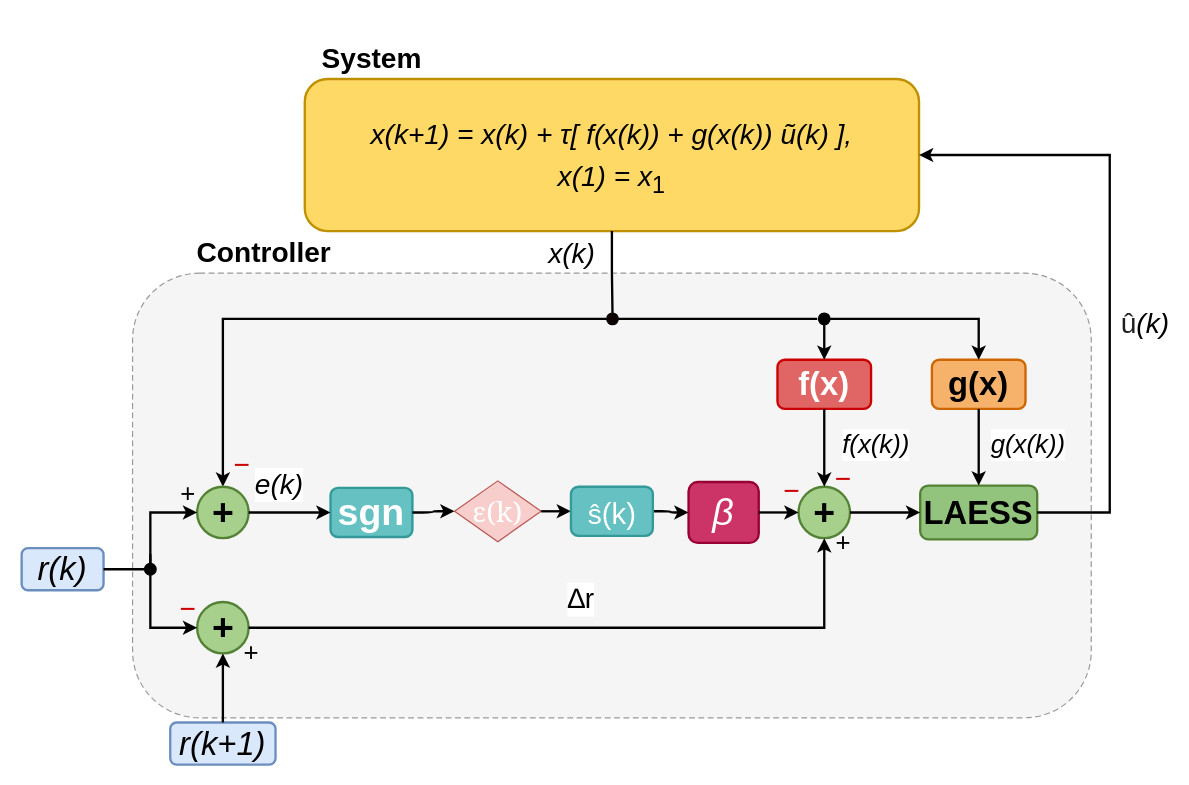
ablassejr/tracking-control-network keeps this draw.io diagram as page "attacked-system" (4 of 7) of research-vault/Research Journal/Paper/figures/System-States.drawio. Above is the earlier version. Source tidied: cells renumbered, new cells numbered last; positions are measured from the earlier drawing's top-left corner, leaving out a move shared by most shapes. Both pictures are drawn from the tidied source at 117%, with x=0, y=0 at pixel (21, 20).
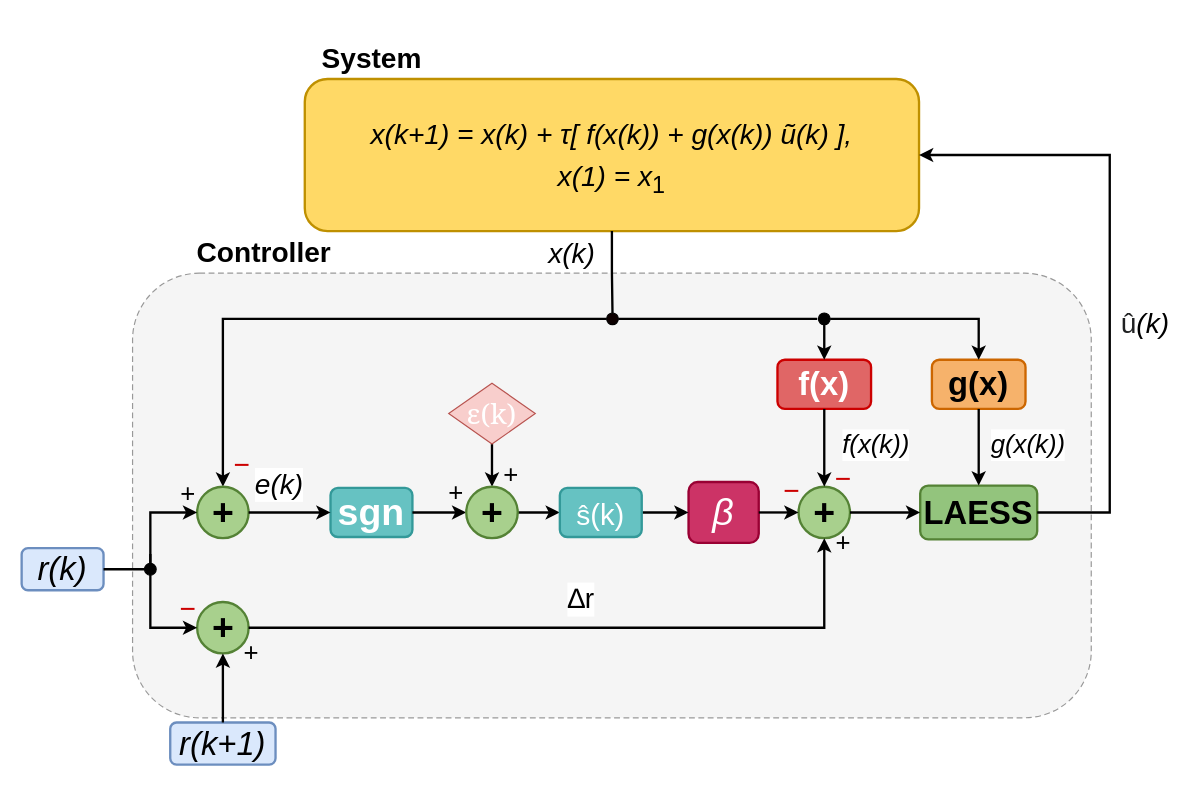
The same diagram, later.

The change refers to these unchanged cells:
```xml
<mxCell id="9" value="&lt;b&gt;sgn&lt;/b&gt;" style="rounded=1;whiteSpace=wrap;html=1;fontFamily=Helvetica;fontSize=32;strokeWidth=2;fillColor=#66C2C2;strokeColor=#339999;fontColor=#FFFFFF;" parent="1" vertex="1">
  <mxGeometry x="264" y="399.5" width="70" height="42" as="geometry" />
</mxCell>
```

The edit, as a diff of the source:
```diff
@@
-    <mxCell id="43" style="edgeStyle=orthogonalEdgeStyle;rounded=1;html=1;strokeWidth=2;flowAnimation=1;endArrow=classic;endFill=1;exitX=1;exitY=0.5;entryX=0;entryY=0.5;" parent="1" edge="1" source="9" target="44">
+    <mxCell id="43" style="edgeStyle=orthogonalEdgeStyle;rounded=1;html=1;strokeWidth=2;flowAnimation=1;endArrow=classic;endFill=1;exitX=1;exitY=0.5;entryX=0;entryY=0.5;entryDx=0;entryDy=0;" parent="1" edge="1" source="9" target="51">
       <mxGeometry relative="1" as="geometry" />
     </mxCell>
+    <mxCell id="50" style="edgeStyle=orthogonalEdgeStyle;rounded=0;jettySize=auto;html=1;strokeWidth=2;flowAnimation=1;" parent="1" edge="1" source="44" target="51">
+      <mxGeometry relative="1" as="geometry" />
+    </mxCell>
     <mxCell id="44" value="&lt;span style=&quot;font-family: pplxSerif, pplxSerif, ui-serif, Georgia, Cambria, &amp;quot;Hiragino Mincho ProN&amp;quot;, &amp;quot;Yu Mincho&amp;quot;, &amp;quot;Songti SC&amp;quot;, SimSun, &amp;quot;Songti TC&amp;quot;, PMingLiU, &amp;quot;Songti TC&amp;quot;, MingLiU_HKSCS, &amp;quot;Songti TC&amp;quot;, PMingLiU, AppleMyungjo, Batang, serif; text-align: start;&quot;&gt;&lt;font style=&quot;color: rgb(255, 255, 255); font-size: 24px;&quot;&gt;ε(k)&lt;/font&gt;&lt;/span&gt;" style="rhombus;whiteSpace=wrap;html=1;fillColor=#f8cecc;strokeColor=#b85450;" parent="1" vertex="1">
-      <mxGeometry x="370" y="393.5" width="74" height="52" as="geometry" />
+      <mxGeometry x="365" y="310" width="74" height="52" as="geometry" />
     </mxCell>
@@
-    <mxCell id="48" style="edgeStyle=orthogonalEdgeStyle;rounded=1;html=1;strokeWidth=2;flowAnimation=1;endArrow=classic;endFill=1;exitX=1;exitY=0.5;entryX=0;entryY=0.5;" parent="1" edge="1" source="44" target="49">
+    <mxCell id="48" style="edgeStyle=orthogonalEdgeStyle;rounded=1;html=1;strokeWidth=2;flowAnimation=1;endArrow=classic;endFill=1;exitX=1;exitY=0.5;entryX=0;entryY=0.5;exitDx=0;exitDy=0;" parent="1" edge="1" source="51" target="49">
       <mxGeometry relative="1" as="geometry" />
     </mxCell>
     <mxCell id="49" value="&lt;font face=&quot;Helvetica&quot; style=&quot;color: rgb(255, 255, 255);&quot;&gt;&lt;span&gt;&lt;span style=&quot;text-align: start;&quot;&gt;&lt;font style=&quot;font-size: 24px;&quot;&gt;ŝ&lt;/font&gt;&lt;/span&gt;&lt;/span&gt;&lt;font style=&quot;font-size: 25px;&quot;&gt;(k)&lt;/font&gt;&lt;/font&gt;" style="rounded=1;whiteSpace=wrap;html=1;fontFamily=Helvetica;fontSize=32;strokeWidth=2;fillColor=#66C2C2;strokeColor=#339999;fontColor=#FFFFFF;" parent="1" vertex="1">
-      <mxGeometry x="469.5" y="398.5" width="70" height="42" as="geometry" />
+      <mxGeometry x="460" y="399.5" width="70" height="42" as="geometry" />
     </mxCell>
+    <mxCell id="51" value="+" style="ellipse;html=1;fontFamily=Helvetica;fontSize=32;strokeWidth=2;align=center;verticalAlign=middle;fontStyle=1;rounded=1;fillColor=#A8D08D;strokeColor=#548235;" parent="1" vertex="1">
+      <mxGeometry x="380" y="398.5" width="44" height="44" as="geometry" />
+    </mxCell>
+    <mxCell id="52" value="+" style="text;html=1;align=center;verticalAlign=middle;fontFamily=Helvetica;rounded=1;fontSize=22;" parent="1" vertex="1">
+      <mxGeometry x="365" y="397.5" width="12" height="12" as="geometry" />
+    </mxCell>
+    <mxCell id="53" value="+" style="text;html=1;align=center;verticalAlign=middle;fontFamily=Helvetica;rounded=1;fontSize=22;" parent="1" vertex="1">
+      <mxGeometry x="412" y="382.5" width="12" height="12" as="geometry" />
+    </mxCell>
```
